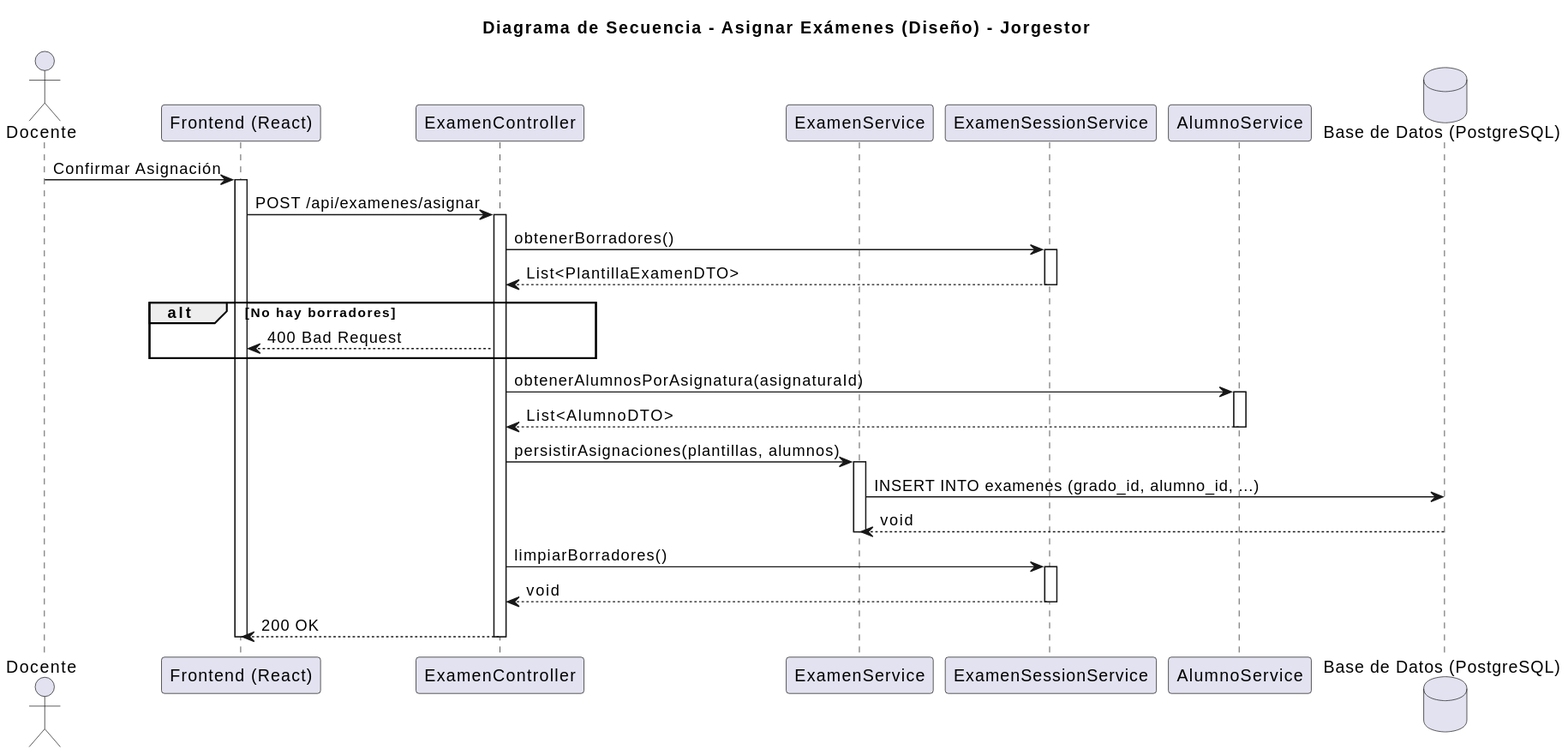
Pareyor/25-26-idsw2-sdVC keeps this PlantUML diagram as images/diseño/asignarExamenes/asignarExamenes.svg. Above is the earlier version. The source it was exported from:
```plantuml
@startuml
title Diagrama de Secuencia - Asignar Exámenes (Diseño) - Jorgestor

actor "Docente" as Teacher
participant "Frontend (React)" as FE
participant "ExamenController" as Controller
participant "ExamenService" as Service
participant "ExamenSessionService" as SessionService
participant "AlumnoService" as AlumnoService
database "Base de Datos (PostgreSQL)" as DB

Teacher -> FE: Confirmar Asignación
activate FE

FE -> Controller: POST /api/examenes/asignar
activate Controller

Controller -> SessionService: obtenerBorradores()
activate SessionService
SessionService --> Controller: List<PlantillaExamenDTO>
deactivate SessionService

alt No hay borradores
    Controller --> FE: 400 Bad Request
end

Controller -> AlumnoService: obtenerAlumnosPorAsignatura(asignaturaId)
activate AlumnoService
AlumnoService --> Controller: List<AlumnoDTO>
deactivate AlumnoService

Controller -> Service: persistirAsignaciones(plantillas, alumnos)
activate Service
Service -> DB: INSERT INTO examenes (grado_id, alumno_id, ...)
DB --> Service: void
deactivate Service

Controller -> SessionService: limpiarBorradores()
activate SessionService
SessionService --> Controller: void
deactivate SessionService

Controller --> FE: 200 OK
deactivate Controller
deactivate FE
@enduml
```
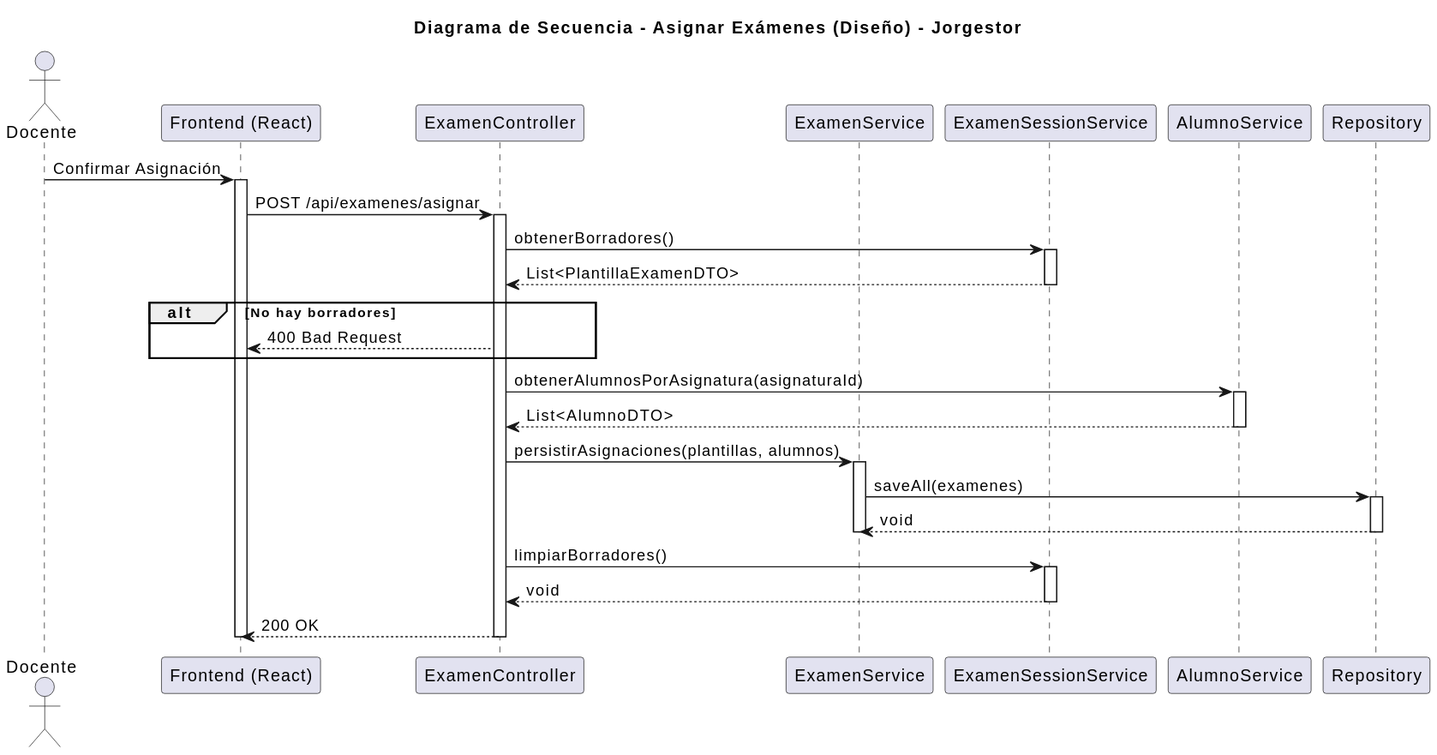
After the change.

What changed in the source:
```diff
@@ -7,7 +7,7 @@
 participant "ExamenService" as Service
 participant "ExamenSessionService" as SessionService
 participant "AlumnoService" as AlumnoService
-database "Base de Datos (PostgreSQL)" as DB
+participant "Repository" as Repository
 
 Teacher -> FE: Confirmar Asignación
 activate FE
@@ -31,8 +31,10 @@
 
 Controller -> Service: persistirAsignaciones(plantillas, alumnos)
 activate Service
-Service -> DB: INSERT INTO examenes (grado_id, alumno_id, ...)
-DB --> Service: void
+Service -> Repository: saveAll(examenes)
+activate Repository
+Repository --> Service: void
+deactivate Repository
 deactivate Service
 
 Controller -> SessionService: limpiarBorradores()
```
